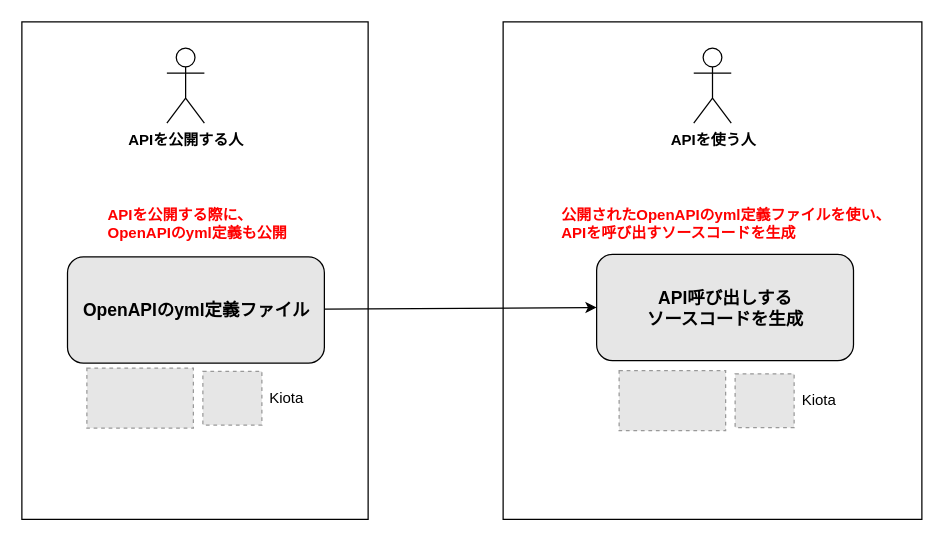
Before: draw/intro-openapi-kiota/kiota.drawio in nomhiro/zenn-blog, a draw.io diagram. Source tidied: cells renumbered, new cells numbered last; positions are measured from the earlier drawing's top-left corner, leaving out a move shared by most shapes. Both pictures are drawn from the tidied source at 125%, with x=0, y=0 at pixel (21, 21). Pictures stored in the file or linked from it are replaced by grey dashed boxes.
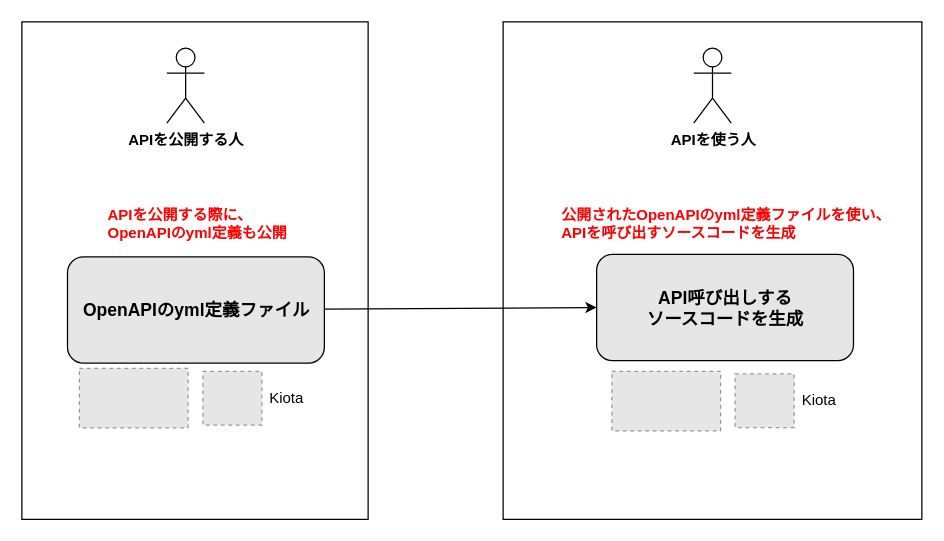
After the change.

Diff of the diagram source:
```diff
@@
 <mxGraphModel background="#ffffff">
   <root>
     <mxCell id="0" />
     <mxCell id="1" parent="0" />
     <mxCell id="2" style="rounded=0;whiteSpace=wrap;html=1;fontSize=14;fontColor=#FF0000;fillColor=none;" parent="1" vertex="1">
       <mxGeometry x="385" width="335" height="398" as="geometry" />
     </mxCell>
     <mxCell id="3" style="rounded=0;whiteSpace=wrap;html=1;fontSize=14;fontColor=#FF0000;fillColor=none;" parent="1" vertex="1">
       <mxGeometry width="277" height="398" as="geometry" />
     </mxCell>
     <mxCell id="4" style="edgeStyle=none;html=1;entryX=0;entryY=0.5;entryDx=0;entryDy=0;fontSize=14;fontColor=#FF0000;" parent="1" edge="1" source="5" target="13">
       <mxGeometry relative="1" as="geometry" />
     </mxCell>
     <mxCell id="5" value="OpenAPIのyml定義ファイル" style="rounded=1;whiteSpace=wrap;html=1;fillColor=#E6E6E6;fontSize=14;fontStyle=1;" parent="1" vertex="1">
       <mxGeometry x="36.5" y="188" width="205.5" height="85" as="geometry" />
     </mxCell>
     <mxCell id="6" value="APIを公開する人" style="shape=umlActor;verticalLabelPosition=bottom;verticalAlign=top;html=1;fontStyle=1;" parent="1" vertex="1">
       <mxGeometry x="116" y="21" width="30" height="60" as="geometry" />
     </mxCell>
     <mxCell id="7" value="APIを使う人" style="shape=umlActor;verticalLabelPosition=bottom;verticalAlign=top;html=1;fontStyle=1;" parent="1" vertex="1">
       <mxGeometry x="537.5" y="21" width="30" height="60" as="geometry" />
     </mxCell>
-    <mxCell id="8" style="fillColor=#E6E6E6;strokeColor=#999999;dashed=1;verticalLabelPosition=bottom;labelBackgroundColor=default;verticalAlign=top;" parent="1" vertex="1">
-      <mxGeometry x="52" y="277" width="85.2" height="48" as="geometry" />
-    </mxCell>
     <mxCell id="9" style="group;" parent="1" vertex="1">
       <mxGeometry x="144.8" y="279.5" width="97.2" height="43" as="geometry" />
     </mxCell>
     <mxCell id="10" style="fillColor=#E6E6E6;strokeColor=#999999;dashed=1;verticalLabelPosition=bottom;labelBackgroundColor=default;verticalAlign=top;" parent="9" vertex="1">
       <mxGeometry width="47.2" height="43" as="geometry" />
     </mxCell>
     <mxCell id="11" value="Kiota" style="text;html=1;strokeColor=none;fillColor=none;align=center;verticalAlign=middle;whiteSpace=wrap;rounded=0;" parent="9" vertex="1">
       <mxGeometry x="37.2" y="6.5" width="60" height="30" as="geometry" />
     </mxCell>
     <mxCell id="12" value="&lt;span style=&quot;font-family: Helvetica; font-size: 12px; font-style: normal; font-variant-ligatures: normal; font-variant-caps: normal; letter-spacing: normal; orphans: 2; text-align: center; text-indent: 0px; text-transform: none; widows: 2; word-spacing: 0px; -webkit-text-stroke-width: 0px; background-color: rgb(255, 255, 255); text-decoration-thickness: initial; text-decoration-style: initial; text-decoration-color: initial; float: none; display: inline !important;&quot;&gt;APIを公開する際に、OpenAPIのyml定義も公開&lt;/span&gt;" style="text;whiteSpace=wrap;html=1;fontColor=#FF0000;fontStyle=1;" parent="1" vertex="1">
       <mxGeometry x="67" y="141" width="150" height="36" as="geometry" />
     </mxCell>
     <mxCell id="13" value="API呼び出しする&lt;br&gt;ソースコードを生成" style="rounded=1;whiteSpace=wrap;html=1;fillColor=#E6E6E6;fontSize=14;fontStyle=1;" parent="1" vertex="1">
       <mxGeometry x="459.8" y="186" width="205.5" height="85" as="geometry" />
     </mxCell>
-    <mxCell id="14" style="fillColor=#E6E6E6;strokeColor=#999999;dashed=1;verticalLabelPosition=bottom;labelBackgroundColor=default;verticalAlign=top;" parent="1" vertex="1">
-      <mxGeometry x="477.8" y="279" width="85.2" height="48" as="geometry" />
-    </mxCell>
     <mxCell id="15" style="group;" parent="1" vertex="1">
       <mxGeometry x="570.6" y="281.5" width="97.2" height="43" as="geometry" />
     </mxCell>
     <mxCell id="16" style="fillColor=#E6E6E6;strokeColor=#999999;dashed=1;verticalLabelPosition=bottom;labelBackgroundColor=default;verticalAlign=top;" parent="15" vertex="1">
       <mxGeometry width="47.2" height="43" as="geometry" />
     </mxCell>
     <mxCell id="17" value="Kiota" style="text;html=1;strokeColor=none;fillColor=none;align=center;verticalAlign=middle;whiteSpace=wrap;rounded=0;" parent="15" vertex="1">
       <mxGeometry x="37.2" y="6.5" width="60" height="30" as="geometry" />
     </mxCell>
     <mxCell id="18" value="&lt;span style=&quot;font-family: Helvetica; font-size: 12px; font-style: normal; font-variant-ligatures: normal; font-variant-caps: normal; letter-spacing: normal; orphans: 2; text-align: center; text-indent: 0px; text-transform: none; widows: 2; word-spacing: 0px; -webkit-text-stroke-width: 0px; background-color: rgb(255, 255, 255); text-decoration-thickness: initial; text-decoration-style: initial; text-decoration-color: initial; float: none; display: inline !important;&quot;&gt;公開されたOpenAPIのyml定義ファイルを使い、&lt;br&gt;APIを呼び出すソースコードを生成&lt;/span&gt;" style="text;whiteSpace=wrap;html=1;fontColor=#FF0000;fontStyle=1;" parent="1" vertex="1">
       <mxGeometry x="429.5" y="141" width="266" height="36" as="geometry" />
     </mxCell>
+    <mxCell id="19" style="fillColor=#E6E6E6;strokeColor=#999999;dashed=1;verticalLabelPosition=bottom;labelBackgroundColor=default;verticalAlign=top;" parent="1" vertex="1">
+      <mxGeometry x="46" y="277.1" width="87" height="47.7" as="geometry" />
+    </mxCell>
+    <mxCell id="20" style="fillColor=#E6E6E6;strokeColor=#999999;dashed=1;verticalLabelPosition=bottom;labelBackgroundColor=default;verticalAlign=top;" parent="1" vertex="1">
+      <mxGeometry x="472" y="279.5" width="87" height="47.7" as="geometry" />
+    </mxCell>
   </root>
 </mxGraphModel>
```
